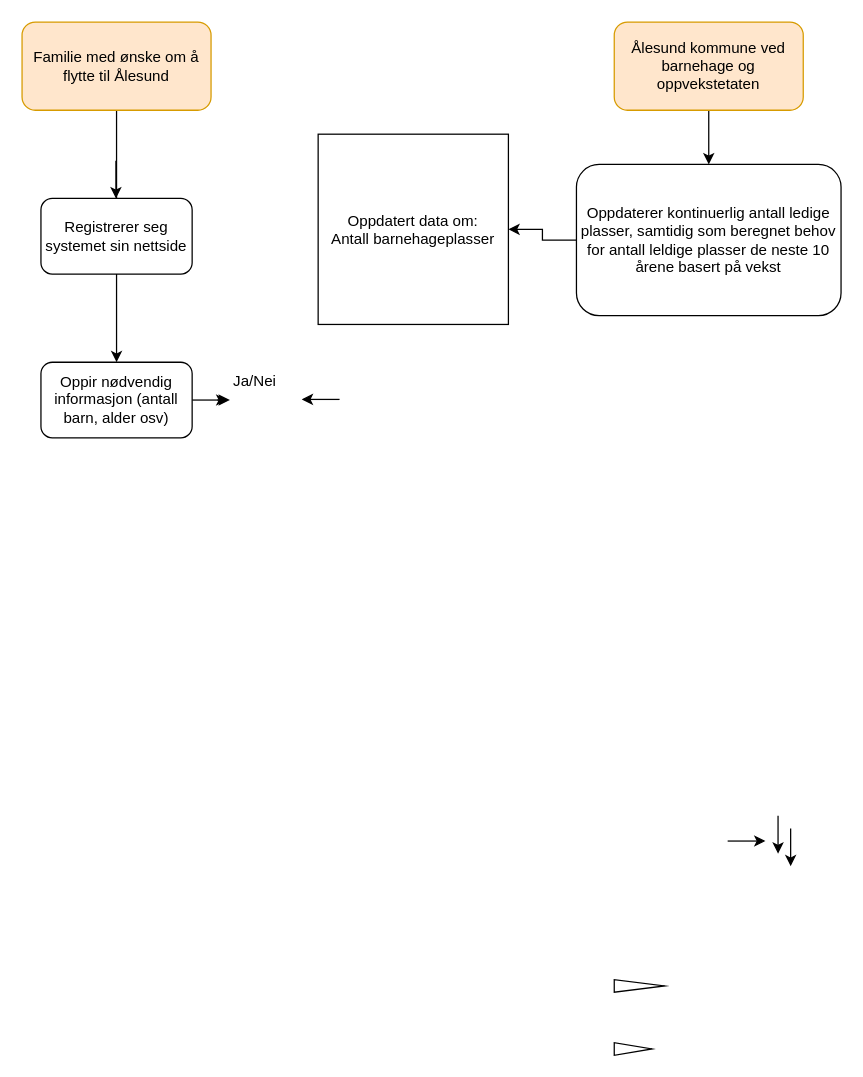
This is wbsresultat.drawio from Azders/AndersOblig3, a draw.io file, before an edit. Source tidied: cells renumbered, new cells numbered last; positions are measured from the earlier drawing's top-left corner, leaving out a move shared by most shapes. Both pictures are drawn from the tidied source at 126%, with x=0, y=0 at pixel (21, 21).
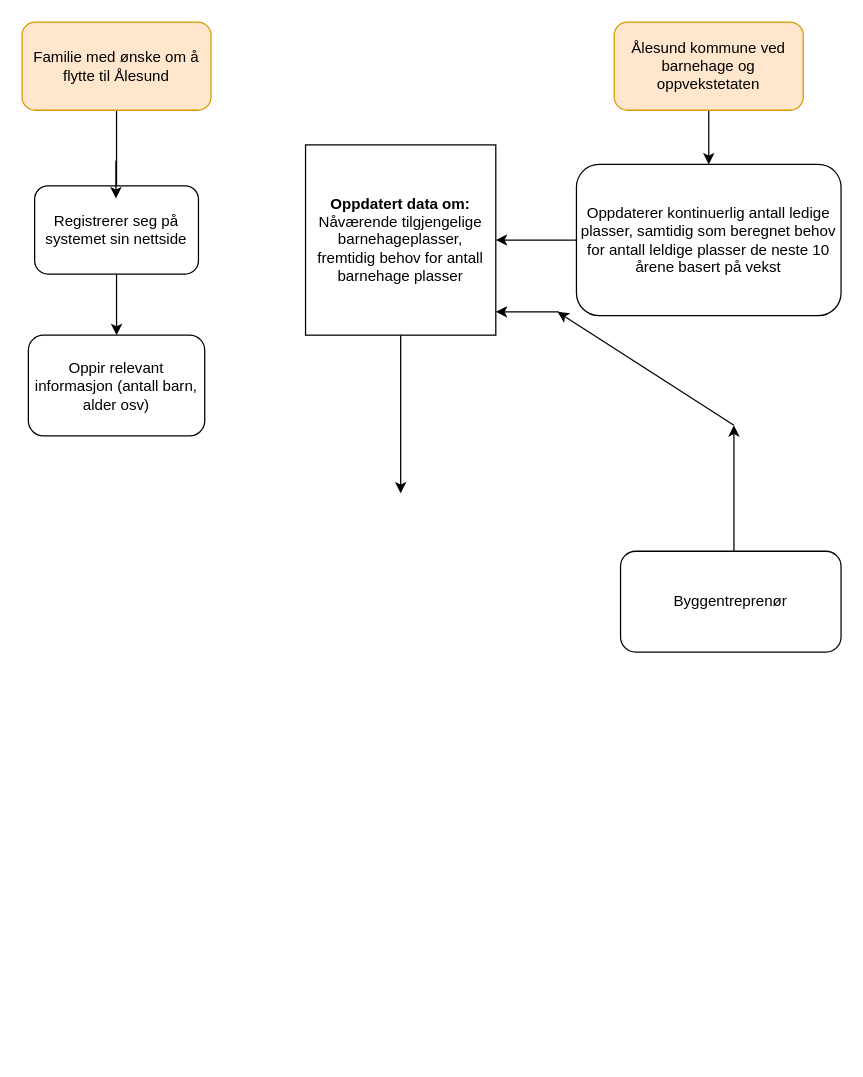
The same diagram, later.

The edit, as a diff of the source:
```diff
@@
-    <mxCell id="6" style="edgeStyle=orthogonalEdgeStyle;rounded=0;jettySize=auto;html=1;" parent="1" edge="1" source="7">
-      <mxGeometry relative="1" as="geometry">
-        <mxPoint x="165" y="300" as="targetPoint" />
-      </mxGeometry>
-    </mxCell>
-    <mxCell id="7" value="Oppir nødvendig informasjon (antall barn, alder osv)" style="whiteSpace=wrap;html=1;rounded=1;glass=0;strokeWidth=1;shadow=0;" parent="1" vertex="1">
-      <mxGeometry x="15" y="270" width="120" height="60" as="geometry" />
+    <mxCell id="7" value="Oppir relevant informasjon (antall barn, alder osv)" style="whiteSpace=wrap;html=1;rounded=1;glass=0;strokeWidth=1;shadow=0;" parent="1" vertex="1">
+      <mxGeometry x="5" y="248.5" width="140" height="80" as="geometry" />
     </mxCell>
-    <mxCell id="8" value="Registrerer seg systemet sin nettside" style="rounded=1;whiteSpace=wrap;html=1;" parent="1" vertex="1">
-      <mxGeometry x="15" y="140" width="120" height="60" as="geometry" />
+    <mxCell id="8" value="Registrerer seg på systemet sin nettside" style="rounded=1;whiteSpace=wrap;html=1;" parent="1" vertex="1">
+      <mxGeometry x="10" y="130" width="130" height="70" as="geometry" />
     </mxCell>
-    <mxCell id="9" style="html=1;shadow=0;dashed=0;align=center;verticalAlign=middle;shape=mxgraph.arrows2.arrow;dy=0.6;dx=40;notch=0;" parent="1" vertex="1">
-      <mxGeometry x="470" y="760" width="40" height="10" as="geometry" />
-    </mxCell>
-    <mxCell id="10" style="html=1;shadow=0;dashed=0;align=center;verticalAlign=middle;shape=mxgraph.arrows2.arrow;dy=0.6;dx=40;notch=0;" parent="1" vertex="1">
-      <mxGeometry x="470" y="810" width="30" height="10" as="geometry" />
-    </mxCell>
@@
-    <mxCell id="12" style="edgeStyle=orthogonalEdgeStyle;rounded=0;orthogonalLoop=1;jettySize=auto;html=1;" parent="1" edge="1">
-      <mxGeometry relative="1" as="geometry">
-        <mxPoint x="560" y="650" as="sourcePoint" />
-        <mxPoint x="590" y="650" as="targetPoint" />
-      </mxGeometry>
-    </mxCell>
-    <mxCell id="13" style="edgeStyle=orthogonalEdgeStyle;rounded=0;orthogonalLoop=1;jettySize=auto;html=1;" parent="1" edge="1">
-      <mxGeometry relative="1" as="geometry">
-        <mxPoint x="600" y="630" as="sourcePoint" />
-        <mxPoint x="600" y="660" as="targetPoint" />
-      </mxGeometry>
-    </mxCell>
-    <mxCell id="14" style="edgeStyle=orthogonalEdgeStyle;rounded=0;orthogonalLoop=1;jettySize=auto;html=1;" parent="1" edge="1">
-      <mxGeometry relative="1" as="geometry">
-        <mxPoint x="610" y="640" as="sourcePoint" />
-        <mxPoint x="610" y="670" as="targetPoint" />
-      </mxGeometry>
-    </mxCell>
-    <mxCell id="15" style="edgeStyle=orthogonalEdgeStyle;rounded=0;orthogonalLoop=1;jettySize=auto;html=1;" parent="1" edge="1">
-      <mxGeometry relative="1" as="geometry">
-        <mxPoint x="252" y="299.5" as="sourcePoint" />
-        <mxPoint x="222" y="299.5" as="targetPoint" />
-      </mxGeometry>
-    </mxCell>
+    <mxCell id="21" style="edgeStyle=orthogonalEdgeStyle;rounded=0;jettySize=auto;html=1;" parent="1" edge="1" source="16">
+      <mxGeometry relative="1" as="geometry">
+        <mxPoint x="300.5" y="374" as="targetPoint" />
+      </mxGeometry>
+    </mxCell>
-    <mxCell id="16" value="Oppdatert data om:&lt;br&gt;Antall barnehageplasser&lt;br&gt;" style="whiteSpace=wrap;html=1;" parent="1" vertex="1">
-      <mxGeometry x="235" y="89" width="151" height="151" as="geometry" />
+    <mxCell id="16" value="&lt;b&gt;Oppdatert data om:&lt;/b&gt;&lt;br&gt;Nåværende tilgjengelige&lt;br&gt;barnehageplasser,&lt;br&gt;fremtidig behov for antall barnehage plasser&lt;br&gt;" style="whiteSpace=wrap;html=1;" parent="1" vertex="1">
+      <mxGeometry x="225" y="97.5" width="151" height="151" as="geometry" />
     </mxCell>
@@
-    <mxCell id="19" value="Ja/Nei" style="text;html=1;strokeColor=none;fillColor=none;align=center;verticalAlign=middle;whiteSpace=wrap;rounded=0;" parent="1" vertex="1">
-      <mxGeometry x="155" y="270" width="60" height="30" as="geometry" />
-    </mxCell>
-    <mxCell id="20" style="edgeStyle=orthogonalEdgeStyle;rounded=0;orthogonalLoop=1;jettySize=auto;html=1;exitX=0;exitY=1;exitDx=0;exitDy=0;entryX=0.133;entryY=1;entryDx=0;entryDy=0;entryPerimeter=0;" parent="1" edge="1" source="19" target="19">
-      <mxGeometry relative="1" as="geometry" />
-    </mxCell>
+    <mxCell id="22" value="Byggentreprenør" style="rounded=1;whiteSpace=wrap;html=1;" parent="1" vertex="1">
+      <mxGeometry x="475" y="420" width="175" height="80" as="geometry" />
+    </mxCell>
+    <mxCell id="23" style="endArrow=classic;html=1;rounded=0;" parent="1" edge="1">
+      <mxGeometry relative="1" as="geometry">
+        <mxPoint x="565" y="420" as="sourcePoint" />
+        <mxPoint x="565" y="320" as="targetPoint" />
+      </mxGeometry>
+    </mxCell>
+    <mxCell id="24" style="endArrow=classic;html=1;rounded=0;" parent="1" edge="1">
+      <mxGeometry relative="1" as="geometry">
+        <mxPoint x="565" y="320" as="sourcePoint" />
+        <mxPoint x="425" y="230" as="targetPoint" />
+      </mxGeometry>
+    </mxCell>
+    <mxCell id="25" style="endArrow=classic;html=1;rounded=0;" parent="1" edge="1">
+      <mxGeometry relative="1" as="geometry">
+        <mxPoint x="426" y="230" as="sourcePoint" />
+        <mxPoint x="376" y="230" as="targetPoint" />
+      </mxGeometry>
+    </mxCell>
```
